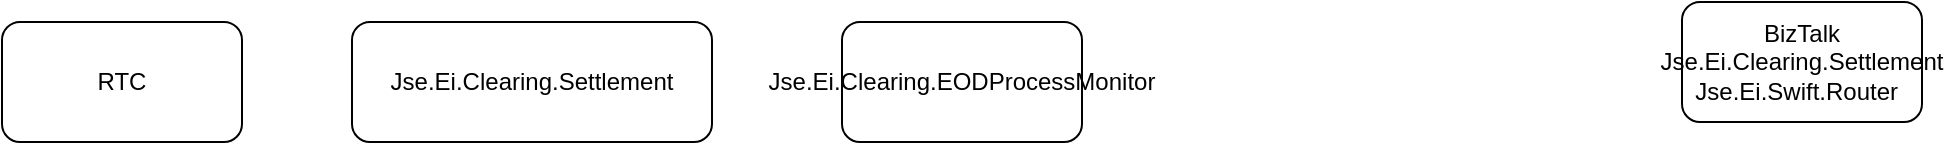
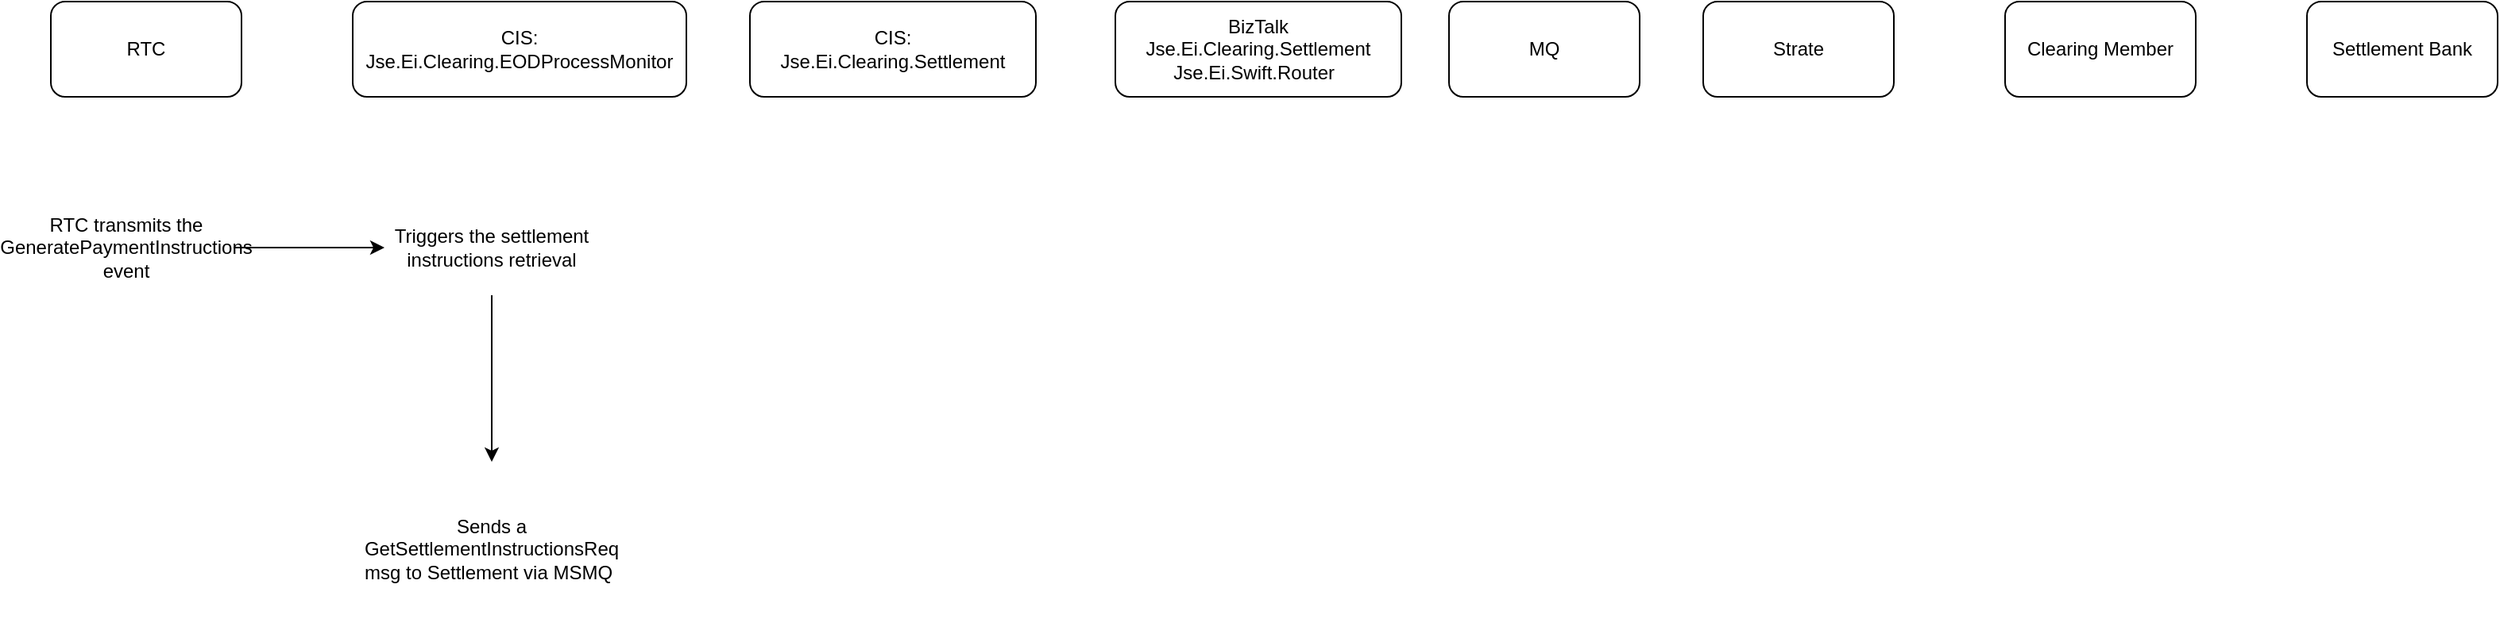
<mxfile host="app.diagrams.net">
  <diagram name="Page-1" id="vidGpl-5MFJZR5KmYKjs">
    <mxGraphModel dx="1406" dy="746" grid="1" gridSize="10" guides="1" tooltips="1" connect="1" arrows="1" fold="1" page="1" pageScale="1" pageWidth="850" pageHeight="1100" math="0" shadow="0">
      <root>
        <mxCell id="0" />
        <mxCell id="1" parent="0" />
        <mxCell id="Y7hr2lu_-T20AjTg2ncd-1" parent="1" style="rounded=1;whiteSpace=wrap;html=1;" value="RTC" vertex="1">
          <mxGeometry height="60" width="120" x="70" y="80" as="geometry" />
        </mxCell>
-         <mxCell id="Y7hr2lu_-T20AjTg2ncd-2" parent="1" style="rounded=1;whiteSpace=wrap;html=1;" value="Jse.Ei.Clearing.Settlement" vertex="1">
-           <mxGeometry height="60" width="180" x="245" y="80" as="geometry" />
+         <mxCell id="Y7hr2lu_-T20AjTg2ncd-2" parent="1" style="rounded=1;whiteSpace=wrap;html=1;" value="CIS:&lt;div&gt;Jse.Ei.Clearing.Settlement&lt;/div&gt;" vertex="1">
+           <mxGeometry height="60" width="180" x="510" y="80" as="geometry" />
        </mxCell>
-         <mxCell id="Y7hr2lu_-T20AjTg2ncd-3" parent="1" style="rounded=1;whiteSpace=wrap;html=1;" value="Jse.Ei.Clearing.EODProcessMonitor" vertex="1">
-           <mxGeometry height="60" width="120" x="490" y="80" as="geometry" />
+         <mxCell id="Y7hr2lu_-T20AjTg2ncd-3" parent="1" style="rounded=1;whiteSpace=wrap;html=1;" value="CIS:&lt;div&gt;Jse.Ei.Clearing.EODProcessMonitor&lt;/div&gt;" vertex="1">
+           <mxGeometry height="60" width="210" x="260" y="80" as="geometry" />
        </mxCell>
        <mxCell id="Y7hr2lu_-T20AjTg2ncd-4" parent="1" style="rounded=1;whiteSpace=wrap;html=1;" value="BizTalk&lt;div&gt;Jse.Ei.Clearing.Settlement&lt;/div&gt;&lt;div&gt;Jse.Ei.Swift.Router&lt;span style=&quot;white-space: pre;&quot;&gt;&#x9;&lt;/span&gt;&lt;/div&gt;" vertex="1">
-           <mxGeometry height="60" width="120" x="910" y="70" as="geometry" />
+           <mxGeometry height="60" width="180" x="740" y="80" as="geometry" />
+         </mxCell>
+         <mxCell id="t7a2u7lnhrg4pLDZo-nx-1" parent="1" style="rounded=1;whiteSpace=wrap;html=1;" value="MQ" vertex="1">
+           <mxGeometry height="60" width="120" x="950" y="80" as="geometry" />
+         </mxCell>
+         <mxCell id="t7a2u7lnhrg4pLDZo-nx-2" parent="1" style="rounded=1;whiteSpace=wrap;html=1;" value="Strate" vertex="1">
+           <mxGeometry height="60" width="120" x="1110" y="80" as="geometry" />
+         </mxCell>
+         <mxCell id="t7a2u7lnhrg4pLDZo-nx-3" parent="1" style="rounded=1;whiteSpace=wrap;html=1;" value="Clearing Member" vertex="1">
+           <mxGeometry height="60" width="120" x="1300" y="80" as="geometry" />
+         </mxCell>
+         <mxCell id="t7a2u7lnhrg4pLDZo-nx-4" parent="1" style="rounded=1;whiteSpace=wrap;html=1;" value="Settlement Bank" vertex="1">
+           <mxGeometry height="60" width="120" x="1490" y="80" as="geometry" />
+         </mxCell>
+         <mxCell id="t7a2u7lnhrg4pLDZo-nx-16" edge="1" parent="1" source="t7a2u7lnhrg4pLDZo-nx-14" style="edgeStyle=orthogonalEdgeStyle;rounded=0;orthogonalLoop=1;jettySize=auto;html=1;" target="t7a2u7lnhrg4pLDZo-nx-15" value="">
+           <mxGeometry relative="1" as="geometry" />
+         </mxCell>
+         <mxCell id="t7a2u7lnhrg4pLDZo-nx-14" parent="1" style="text;html=1;whiteSpace=wrap;strokeColor=none;fillColor=none;align=center;verticalAlign=middle;rounded=0;" value="RTC transmits the GeneratePaymentInstructions event" vertex="1">
+           <mxGeometry height="110" width="135" x="50" y="180" as="geometry" />
+         </mxCell>
+         <mxCell id="t7a2u7lnhrg4pLDZo-nx-18" edge="1" parent="1" source="t7a2u7lnhrg4pLDZo-nx-15" style="edgeStyle=orthogonalEdgeStyle;rounded=0;orthogonalLoop=1;jettySize=auto;html=1;" target="t7a2u7lnhrg4pLDZo-nx-17" value="">
+           <mxGeometry relative="1" as="geometry" />
+         </mxCell>
+         <mxCell id="t7a2u7lnhrg4pLDZo-nx-15" parent="1" style="text;html=1;whiteSpace=wrap;strokeColor=none;fillColor=none;align=center;verticalAlign=middle;rounded=0;" value="Triggers the settlement instructions retrieval" vertex="1">
+           <mxGeometry height="60" width="135" x="280" y="205" as="geometry" />
+         </mxCell>
+         <mxCell id="t7a2u7lnhrg4pLDZo-nx-17" parent="1" style="text;html=1;whiteSpace=wrap;strokeColor=none;fillColor=none;align=center;verticalAlign=middle;rounded=0;labelBackgroundColor=light-dark(default, #1c1c1c);" value="Sends a GetSettlementInstructionsReq msg to Settlement via MSMQ&lt;span style=&quot;white-space: pre;&quot;&gt;&#x9;&lt;/span&gt;" vertex="1">
+           <mxGeometry height="110" width="135" x="280" y="370" as="geometry" />
        </mxCell>
      </root>
    </mxGraphModel>
  </diagram>
</mxfile>
